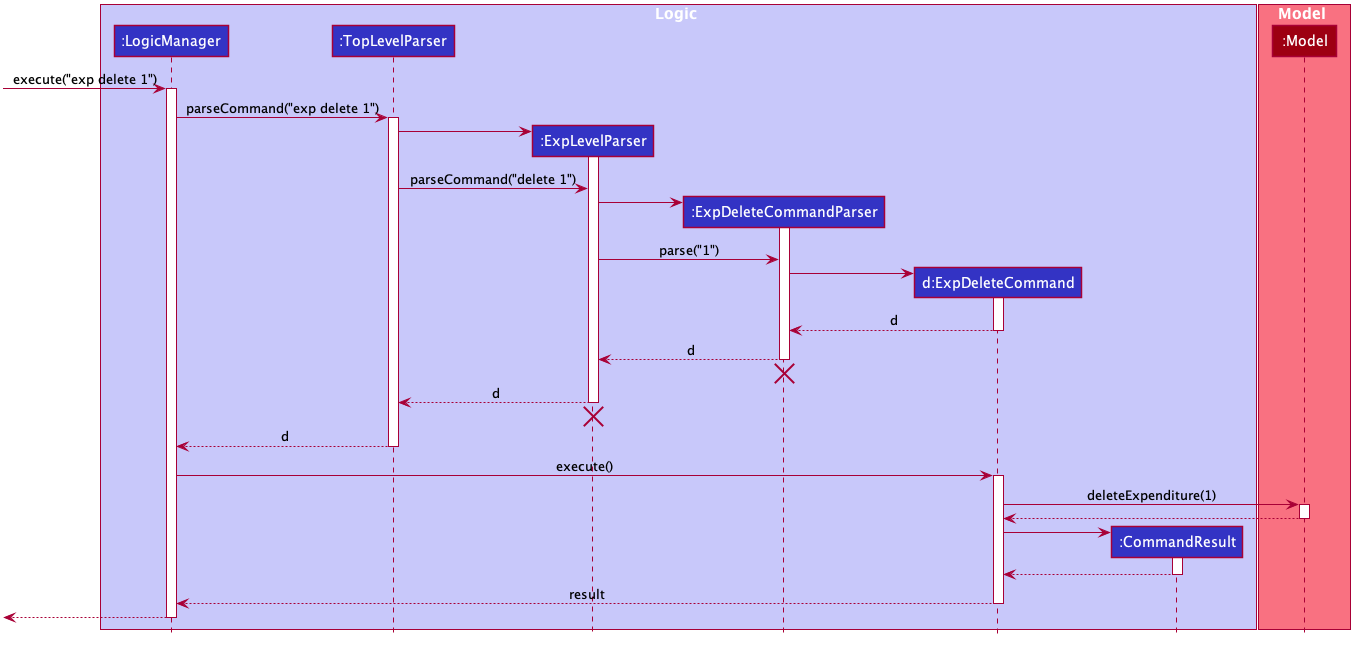
Before: images/DeleteSequenceDiagram.png, a diagram exported from PlantUML (AY1920S2-CS2103T-T10-3/main).
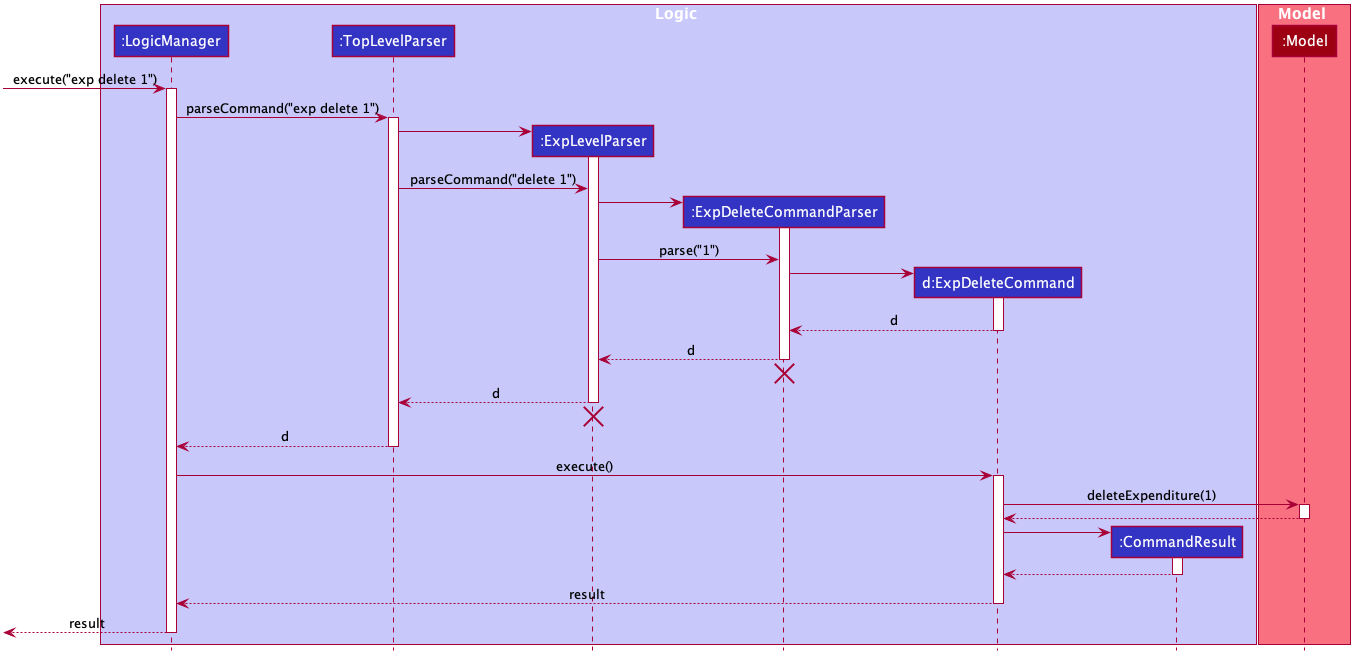
Above is the later version.

Change to the diagram source:
```diff
@@ -36,6 +36,10 @@
 skinparam Participant {
     FontColor #FFFFFFF
     Padding 20
+}
+
+skinparam TextColor {
+    FontColor #FFFFFF
 }
 
 skinparam MinClassWidth 50
@@ -116,6 +120,6 @@
 ExpDeleteCommand --> LogicManager : result
 deactivate ExpDeleteCommand
 
-[<--LogicManager
+[<--LogicManager : result
 deactivate LogicManager
 @enduml
```
